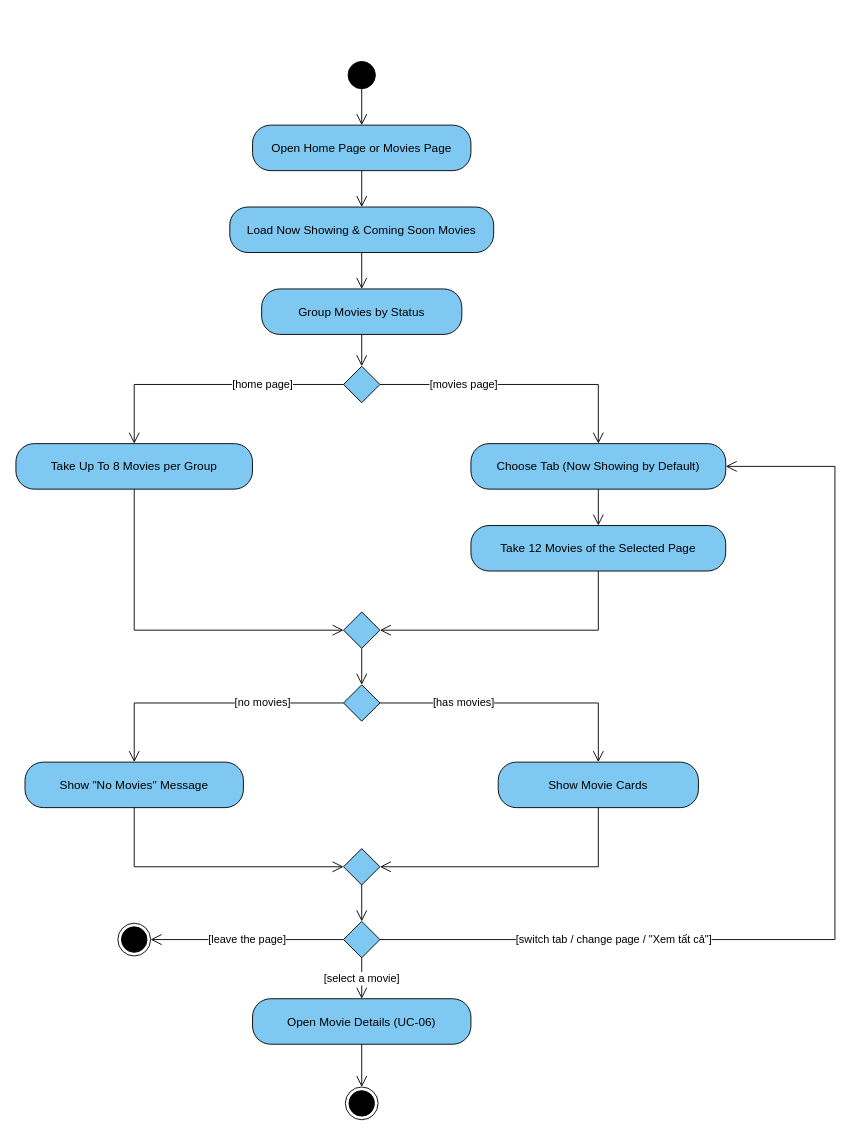
The draw.io diagram page "UC-04 Activity" (2 of 2) of docs/diagrams/UC04_View_Movie_List.drawio in Duongnd-07/CinemaManagementSystem_SE2053_NET_Group2, before the edit. Source tidied: cells renumbered, new cells numbered last; positions are measured from the earlier drawing's top-left corner, leaving out a move shared by most shapes. Both pictures are drawn from the tidied source at 91%, with x=0, y=0 at pixel (15, 61).
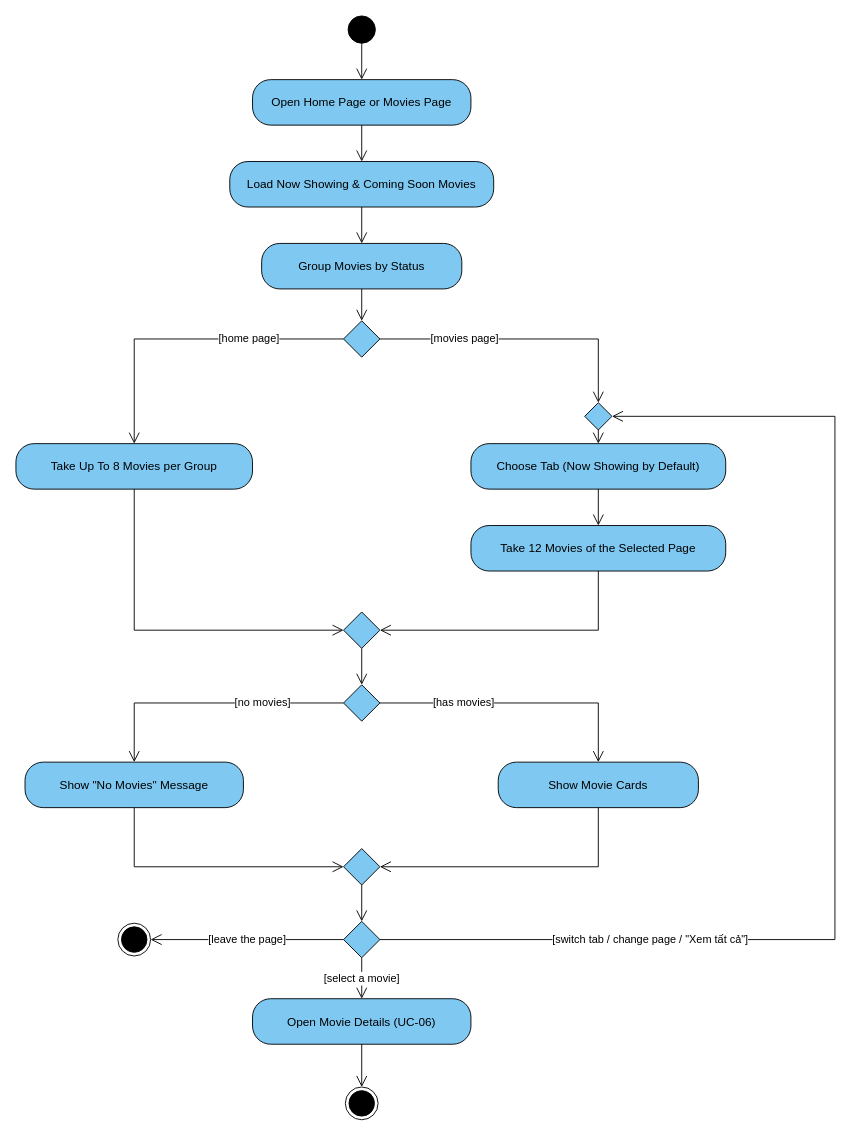
The same page after the edit.

The change refers to these unchanged cells:
```xml
<mxCell id="7" value="Take Up To 8 Movies per Group" style="rounded=1;arcSize=40;whiteSpace=wrap;html=1;fillColor=#7EC8F1;strokeColor=#000000;fontFamily=Helvetica;fontSize=13;" parent="1" vertex="1">
  <mxGeometry y="420" width="260" height="50" as="geometry" />
</mxCell>
<mxCell id="8" value="Choose Tab (Now Showing by Default)" style="rounded=1;arcSize=40;whiteSpace=wrap;html=1;fillColor=#7EC8F1;strokeColor=#000000;fontFamily=Helvetica;fontSize=13;" parent="1" vertex="1">
  <mxGeometry x="500" y="420" width="280" height="50" as="geometry" />
</mxCell>
<mxCell id="15" style="rhombus;html=1;fillColor=#7EC8F1;strokeColor=#000000;" parent="1" vertex="1">
  <mxGeometry x="360" y="945" width="40" height="40" as="geometry" />
</mxCell>
```

Change to the diagram source:
```diff
@@
     <mxCell id="2" style="ellipse;html=1;fillColor=#000000;strokeColor=#000000;" parent="1" vertex="1">
-      <mxGeometry x="365" width="30" height="30" as="geometry" />
+      <mxGeometry x="365" y="-50" width="30" height="30" as="geometry" />
     </mxCell>
     <mxCell id="3" value="Open Home Page or Movies Page" style="rounded=1;arcSize=40;whiteSpace=wrap;html=1;fillColor=#7EC8F1;strokeColor=#000000;fontFamily=Helvetica;fontSize=13;" parent="1" vertex="1">
-      <mxGeometry x="260" y="70" width="240" height="50" as="geometry" />
+      <mxGeometry x="260" y="20" width="240" height="50" as="geometry" />
     </mxCell>
     <mxCell id="4" value="Load Now Showing &amp; Coming Soon Movies" style="rounded=1;arcSize=40;whiteSpace=wrap;html=1;fillColor=#7EC8F1;strokeColor=#000000;fontFamily=Helvetica;fontSize=13;" parent="1" vertex="1">
-      <mxGeometry x="235" y="160" width="290" height="50" as="geometry" />
+      <mxGeometry x="235" y="110" width="290" height="50" as="geometry" />
     </mxCell>
     <mxCell id="5" value="Group Movies by Status" style="rounded=1;arcSize=40;whiteSpace=wrap;html=1;fillColor=#7EC8F1;strokeColor=#000000;fontFamily=Helvetica;fontSize=13;" parent="1" vertex="1">
-      <mxGeometry x="270" y="250" width="220" height="50" as="geometry" />
+      <mxGeometry x="270" y="200" width="220" height="50" as="geometry" />
     </mxCell>
     <mxCell id="6" style="rhombus;html=1;fillColor=#7EC8F1;strokeColor=#000000;" parent="1" vertex="1">
-      <mxGeometry x="360" y="335" width="40" height="40" as="geometry" />
+      <mxGeometry x="360" y="285" width="40" height="40" as="geometry" />
     </mxCell>
@@
     <mxCell id="23" value="[home page]" style="edgeStyle=orthogonalEdgeStyle;rounded=0;html=1;endArrow=open;endSize=10;strokeColor=#000000;exitX=0;exitY=0.5;exitDx=0;exitDy=0;entryX=0.5;entryY=0;entryDx=0;entryDy=0;labelBackgroundColor=#ffffff;fontFamily=Helvetica;fontSize=12;" parent="1" edge="1" source="6" target="7">
       <mxGeometry x="-0.4" relative="1" as="geometry">
         <Array as="points">
-          <mxPoint x="130" y="355" />
+          <mxPoint x="130" y="305" />
         </Array>
       </mxGeometry>
     </mxCell>
-    <mxCell id="24" value="[movies page]" style="edgeStyle=orthogonalEdgeStyle;rounded=0;html=1;endArrow=open;endSize=10;strokeColor=#000000;exitX=1;exitY=0.5;exitDx=0;exitDy=0;entryX=0.5;entryY=0;entryDx=0;entryDy=0;labelBackgroundColor=#ffffff;fontFamily=Helvetica;fontSize=12;" parent="1" edge="1" source="6" target="8">
+    <mxCell id="24" value="[movies page]" style="edgeStyle=orthogonalEdgeStyle;rounded=0;html=1;endArrow=open;endSize=10;strokeColor=#000000;exitX=1;exitY=0.5;exitDx=0;exitDy=0;entryX=0.5;entryY=0;entryDx=0;entryDy=0;labelBackgroundColor=#ffffff;fontFamily=Helvetica;fontSize=12;" parent="1" edge="1" source="6" target="38">
       <mxGeometry x="-0.4" relative="1" as="geometry">
         <Array as="points">
-          <mxPoint x="640" y="355" />
+          <mxPoint x="640" y="305" />
         </Array>
       </mxGeometry>
     </mxCell>
@@
-    <mxCell id="37" value="[switch tab / change page / &quot;Xem tất cả&quot;]" style="edgeStyle=orthogonalEdgeStyle;rounded=0;html=1;endArrow=open;endSize=10;strokeColor=#000000;exitX=1;exitY=0.5;exitDx=0;exitDy=0;entryX=1;entryY=0.5;entryDx=0;entryDy=0;labelBackgroundColor=#ffffff;fontFamily=Helvetica;fontSize=12;" parent="1" edge="1" source="15" target="8">
+    <mxCell id="37" value="[switch tab / change page / &quot;Xem tất cả&quot;]" style="edgeStyle=orthogonalEdgeStyle;rounded=0;html=1;endArrow=open;endSize=10;strokeColor=#000000;exitX=1;exitY=0.5;exitDx=0;exitDy=0;entryX=1;entryY=0.5;entryDx=0;entryDy=0;labelBackgroundColor=#ffffff;fontFamily=Helvetica;fontSize=12;" parent="1" edge="1" source="15" target="38">
       <mxGeometry x="-0.55" relative="1" as="geometry">
         <Array as="points">
           <mxPoint x="900" y="965" />
-          <mxPoint x="900" y="445" />
+          <mxPoint x="900" y="390" />
         </Array>
       </mxGeometry>
     </mxCell>
+    <mxCell id="38" style="rhombus;html=1;fillColor=#7EC8F1;strokeColor=#000000;" parent="1" vertex="1">
+      <mxGeometry x="625" y="375" width="30" height="30" as="geometry" />
+    </mxCell>
+    <mxCell id="39" style="edgeStyle=orthogonalEdgeStyle;rounded=0;html=1;endArrow=open;endSize=10;strokeColor=#000000;exitX=0.5;exitY=1;exitDx=0;exitDy=0;entryX=0.5;entryY=0;entryDx=0;entryDy=0;labelBackgroundColor=#ffffff;fontFamily=Helvetica;fontSize=12;" parent="1" edge="1" source="38" target="8">
+      <mxGeometry relative="1" as="geometry" />
+    </mxCell>
```
